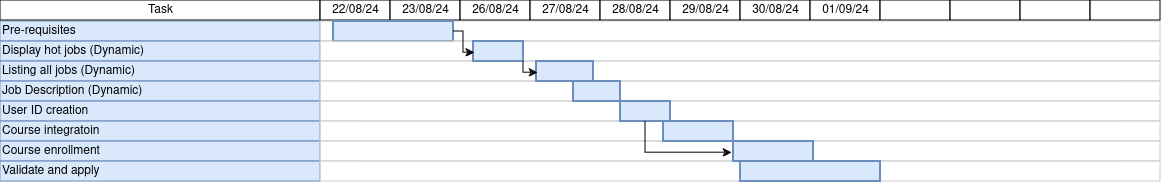
Earlier version of the draw.io export timeline/Untitled Diagram.drawio.png (Meharaj-thoufik/Quality-Candidate-Recruit). Source tidied: cells renumbered, new cells last; positions are measured from the earlier drawing's top-left corner, leaving out a move shared by most shapes.
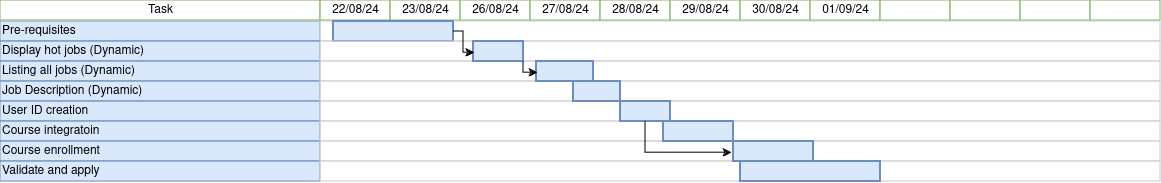
The same file after the commit.

What changed in the source:
```diff
@@ -5,46 +5,46 @@
     <mxCell id="2" value="Pre-requisites" style="align=left;strokeColor=#6c8ebf;html=1;fillColor=#dae8fc;" parent="1" vertex="1">
       <mxGeometry y="21" width="320" height="20" as="geometry" />
     </mxCell>
-    <mxCell id="3" value="Task" style="strokeWidth=1;fontStyle=0;html=1;" parent="1" vertex="1">
+    <mxCell id="3" value="Task" style="strokeWidth=1;fontStyle=0;html=1;strokeColor=#82B366;" parent="1" vertex="1">
       <mxGeometry width="320" height="20" as="geometry" />
     </mxCell>
     <mxCell id="4" style="align=left;strokeColor=#CCCCCC;html=1;" parent="1" vertex="1">
       <mxGeometry x="320" y="21" width="840" height="20" as="geometry" />
     </mxCell>
-    <mxCell id="5" value="22/08/24" style="strokeWidth=1;fontStyle=0;html=1;" parent="1" vertex="1">
+    <mxCell id="5" value="22/08/24" style="strokeWidth=1;fontStyle=0;html=1;strokeColor=#82B366;" parent="1" vertex="1">
       <mxGeometry x="320" width="70" height="20" as="geometry" />
     </mxCell>
-    <mxCell id="6" value="23/08/24" style="strokeWidth=1;fontStyle=0;html=1;" parent="1" vertex="1">
+    <mxCell id="6" value="23/08/24" style="strokeWidth=1;fontStyle=0;html=1;strokeColor=#82B366;" parent="1" vertex="1">
       <mxGeometry x="390" width="70" height="20" as="geometry" />
     </mxCell>
-    <mxCell id="7" value="26/08/24" style="strokeWidth=1;fontStyle=0;html=1;" parent="1" vertex="1">
+    <mxCell id="7" value="26/08/24" style="strokeWidth=1;fontStyle=0;html=1;strokeColor=#82B366;" parent="1" vertex="1">
       <mxGeometry x="460" width="70" height="20" as="geometry" />
     </mxCell>
-    <mxCell id="8" value="27/08/24" style="strokeWidth=1;fontStyle=0;html=1;" parent="1" vertex="1">
+    <mxCell id="8" value="27/08/24" style="strokeWidth=1;fontStyle=0;html=1;strokeColor=#82B366;" parent="1" vertex="1">
       <mxGeometry x="530" width="70" height="20" as="geometry" />
     </mxCell>
-    <mxCell id="9" value="28/08/24" style="strokeWidth=1;fontStyle=0;html=1;" parent="1" vertex="1">
+    <mxCell id="9" value="28/08/24" style="strokeWidth=1;fontStyle=0;html=1;strokeColor=#82B366;" parent="1" vertex="1">
       <mxGeometry x="600" width="70" height="20" as="geometry" />
     </mxCell>
-    <mxCell id="10" value="29/08/24" style="strokeWidth=1;fontStyle=0;html=1;" parent="1" vertex="1">
+    <mxCell id="10" value="29/08/24" style="strokeWidth=1;fontStyle=0;html=1;strokeColor=#82B366;" parent="1" vertex="1">
       <mxGeometry x="670" width="70" height="20" as="geometry" />
     </mxCell>
-    <mxCell id="11" value="30/08/24" style="strokeWidth=1;fontStyle=0;html=1;" parent="1" vertex="1">
+    <mxCell id="11" value="30/08/24" style="strokeWidth=1;fontStyle=0;html=1;strokeColor=#82B366;" parent="1" vertex="1">
       <mxGeometry x="740" width="70" height="20" as="geometry" />
     </mxCell>
-    <mxCell id="12" value="01/09/24" style="strokeWidth=1;fontStyle=0;html=1;" parent="1" vertex="1">
+    <mxCell id="12" value="01/09/24" style="strokeWidth=1;fontStyle=0;html=1;strokeColor=#82B366;" parent="1" vertex="1">
       <mxGeometry x="810" width="70" height="20" as="geometry" />
     </mxCell>
-    <mxCell id="13" style="strokeWidth=1;fontStyle=0;html=1;" parent="1" vertex="1">
+    <mxCell id="13" style="strokeWidth=1;fontStyle=0;html=1;strokeColor=#82B366;" parent="1" vertex="1">
       <mxGeometry x="880" width="70" height="20" as="geometry" />
     </mxCell>
-    <mxCell id="14" style="strokeWidth=1;fontStyle=0;html=1;" parent="1" vertex="1">
+    <mxCell id="14" style="strokeWidth=1;fontStyle=0;html=1;strokeColor=#82B366;" parent="1" vertex="1">
       <mxGeometry x="950" width="70" height="20" as="geometry" />
     </mxCell>
-    <mxCell id="15" style="strokeWidth=1;fontStyle=0;html=1;" parent="1" vertex="1">
+    <mxCell id="15" style="strokeWidth=1;fontStyle=0;html=1;strokeColor=#82B366;" parent="1" vertex="1">
       <mxGeometry x="1020" width="70" height="20" as="geometry" />
     </mxCell>
-    <mxCell id="16" style="strokeWidth=1;fontStyle=0;html=1;" parent="1" vertex="1">
+    <mxCell id="16" style="strokeWidth=1;fontStyle=0;html=1;strokeColor=#82B366;" parent="1" vertex="1">
       <mxGeometry x="1090" width="70" height="20" as="geometry" />
     </mxCell>
     <mxCell id="17" style="whiteSpace=wrap;html=1;strokeWidth=2;fillColor=#dae8fc;fontSize=14;align=center;strokeColor=#6c8ebf;" parent="1" vertex="1">
```
